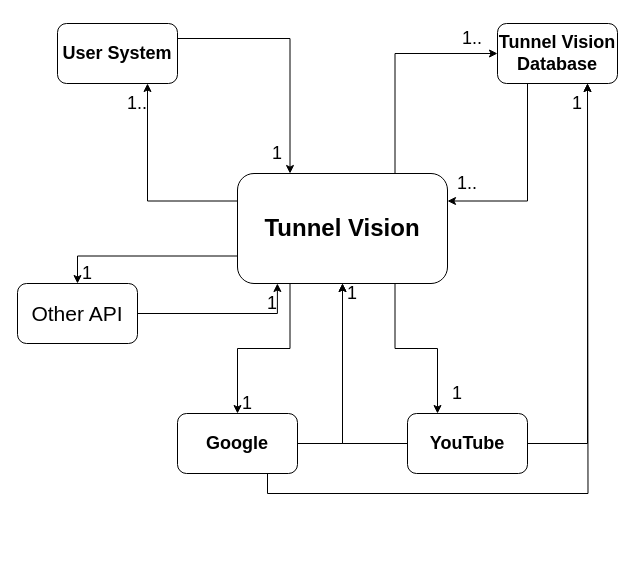
This is Documentation/Architecture/Architecture.drawio from The-MS-LED-Group/Tunnel-Vision-Project, a draw.io file, before an edit. Source tidied: cells renumbered, new cells numbered last; positions are measured from the earlier drawing's top-left corner, leaving out a move shared by most shapes. Both pictures are drawn from the tidied source at 100%, with x=0, y=0 at pixel (17, 23).
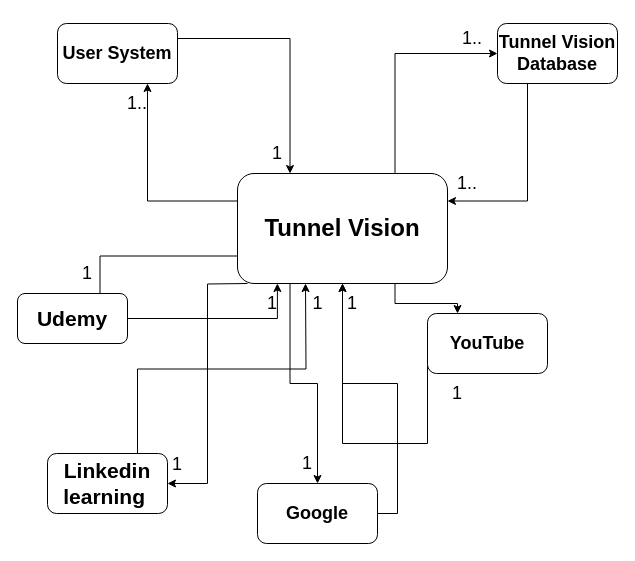
The same diagram, later.

Commit message:
added more boxes to my architecture flow chart.

The change refers to these unchanged cells:
```xml
<mxCell id="7" value="&lt;h1&gt;Tunnel Vision&lt;/h1&gt;" style="rounded=1;whiteSpace=wrap;html=1;" parent="1" vertex="1">
  <mxGeometry x="220" y="150" width="210" height="110" as="geometry" />
</mxCell>
<mxCell id="12" value="&lt;h2&gt;Tunnel Vision Database&lt;/h2&gt;" style="rounded=1;whiteSpace=wrap;html=1;" parent="1" vertex="1">
  <mxGeometry x="480" width="120" height="60" as="geometry" />
</mxCell>
```

Diff of the diagram source:
```diff
@@
-    <mxCell id="6" style="edgeStyle=orthogonalEdgeStyle;rounded=0;jettySize=auto;html=1;exitX=0;exitY=0.75;exitDx=0;exitDy=0;entryX=0.5;entryY=0;entryDx=0;entryDy=0;fontSize=18;" parent="1" edge="1" source="7" target="27">
+    <mxCell id="6" style="edgeStyle=orthogonalEdgeStyle;rounded=0;jettySize=auto;html=1;exitX=0;exitY=0.75;exitDx=0;exitDy=0;entryX=0.75;entryY=0.333;entryDx=0;entryDy=0;fontSize=18;entryPerimeter=0;" parent="1" edge="1" source="7" target="31">
       <mxGeometry relative="1" as="geometry" />
     </mxCell>
+    <mxCell id="30" style="edgeStyle=orthogonalEdgeStyle;rounded=0;jettySize=auto;html=1;entryX=1;entryY=0.5;entryDx=0;entryDy=0;fontSize=18;" parent="1" edge="1" target="33">
+      <mxGeometry relative="1" as="geometry">
+        <mxPoint x="230" y="260" as="sourcePoint" />
+      </mxGeometry>
+    </mxCell>
@@
-    <mxCell id="9" style="edgeStyle=orthogonalEdgeStyle;rounded=0;jettySize=auto;html=1;exitX=0.75;exitY=1;exitDx=0;exitDy=0;fontSize=18;" parent="1" edge="1" source="10">
-      <mxGeometry relative="1" as="geometry">
-        <mxPoint x="570" y="60" as="targetPoint" />
-      </mxGeometry>
-    </mxCell>
     <mxCell id="10" value="&lt;h2&gt;Google&lt;/h2&gt;" style="rounded=1;whiteSpace=wrap;html=1;" parent="1" vertex="1">
-      <mxGeometry x="160" y="390" width="120" height="60" as="geometry" />
+      <mxGeometry x="240" y="460" width="120" height="60" as="geometry" />
     </mxCell>
@@
-    <mxCell id="14" style="edgeStyle=orthogonalEdgeStyle;rounded=0;jettySize=auto;html=1;exitX=1;exitY=0.5;exitDx=0;exitDy=0;entryX=0.75;entryY=1;entryDx=0;entryDy=0;fontSize=18;" parent="1" edge="1" source="15" target="12">
-      <mxGeometry relative="1" as="geometry" />
-    </mxCell>
     <mxCell id="15" value="&lt;h2&gt;YouTube&lt;/h2&gt;" style="rounded=1;whiteSpace=wrap;html=1;" parent="1" vertex="1">
-      <mxGeometry x="390" y="390" width="120" height="60" as="geometry" />
+      <mxGeometry x="410" y="290" width="120" height="60" as="geometry" />
     </mxCell>
@@
     <mxCell id="21" value="1" style="text;html=1;strokeColor=none;fillColor=none;align=center;verticalAlign=middle;whiteSpace=wrap;rounded=0;fontSize=18;" parent="1" vertex="1">
-      <mxGeometry x="325" y="260" width="20" height="20" as="geometry" />
+      <mxGeometry x="325" y="270" width="20" height="20" as="geometry" />
     </mxCell>
     <mxCell id="22" value="1" style="text;html=1;strokeColor=none;fillColor=none;align=center;verticalAlign=middle;whiteSpace=wrap;rounded=0;fontSize=18;" parent="1" vertex="1">
-      <mxGeometry x="220" y="370" width="20" height="20" as="geometry" />
+      <mxGeometry x="280" y="430" width="20" height="20" as="geometry" />
     </mxCell>
@@
-    <mxCell id="25" value="1" style="text;html=1;strokeColor=none;fillColor=none;align=center;verticalAlign=middle;whiteSpace=wrap;rounded=0;fontSize=18;" parent="1" vertex="1">
-      <mxGeometry x="550" y="70" width="20" height="20" as="geometry" />
-    </mxCell>
-    <mxCell id="26" style="edgeStyle=orthogonalEdgeStyle;rounded=0;jettySize=auto;html=1;exitX=1;exitY=0.5;exitDx=0;exitDy=0;entryX=0.19;entryY=1;entryDx=0;entryDy=0;entryPerimeter=0;fontSize=18;" parent="1" edge="1" source="27" target="7">
+    <mxCell id="26" style="edgeStyle=orthogonalEdgeStyle;rounded=0;jettySize=auto;html=1;exitX=1;exitY=0.5;exitDx=0;exitDy=0;entryX=0.19;entryY=1;entryDx=0;entryDy=0;entryPerimeter=0;fontSize=18;" parent="1" edge="1" source="31" target="7">
       <mxGeometry relative="1" as="geometry" />
     </mxCell>
-    <mxCell id="27" value="&lt;h3&gt;&lt;span style=&quot;font-weight: normal&quot;&gt;Other API&lt;/span&gt;&lt;/h3&gt;" style="rounded=1;whiteSpace=wrap;html=1;fontSize=18;" parent="1" vertex="1">
-      <mxGeometry y="260" width="120" height="60" as="geometry" />
-    </mxCell>
@@
+    <mxCell id="31" value="&lt;h3&gt;Udemy&lt;/h3&gt;" style="rounded=1;whiteSpace=wrap;html=1;fontSize=18;" parent="1" vertex="1">
+      <mxGeometry y="270" width="110" height="50" as="geometry" />
+    </mxCell>
+    <mxCell id="32" style="edgeStyle=orthogonalEdgeStyle;rounded=0;jettySize=auto;html=1;exitX=0.75;exitY=0;exitDx=0;exitDy=0;fontSize=18;" parent="1" edge="1" source="33">
+      <mxGeometry relative="1" as="geometry">
+        <mxPoint x="288" y="260" as="targetPoint" />
+      </mxGeometry>
+    </mxCell>
+    <mxCell id="33" value="&lt;h3&gt;Linkedin learning&amp;nbsp;&lt;/h3&gt;" style="rounded=1;whiteSpace=wrap;html=1;fontSize=18;" parent="1" vertex="1">
+      <mxGeometry x="30" y="430" width="120" height="60" as="geometry" />
+    </mxCell>
+    <mxCell id="34" value="1" style="text;html=1;strokeColor=none;fillColor=none;align=center;verticalAlign=middle;whiteSpace=wrap;rounded=0;fontSize=18;" parent="1" vertex="1">
+      <mxGeometry x="150" y="430" width="20" height="21" as="geometry" />
+    </mxCell>
+    <mxCell id="35" value="1" style="text;html=1;strokeColor=none;fillColor=none;align=center;verticalAlign=middle;whiteSpace=wrap;rounded=0;fontSize=18;" parent="1" vertex="1">
+      <mxGeometry x="292.5" y="265" width="15" height="30" as="geometry" />
+    </mxCell>
```
